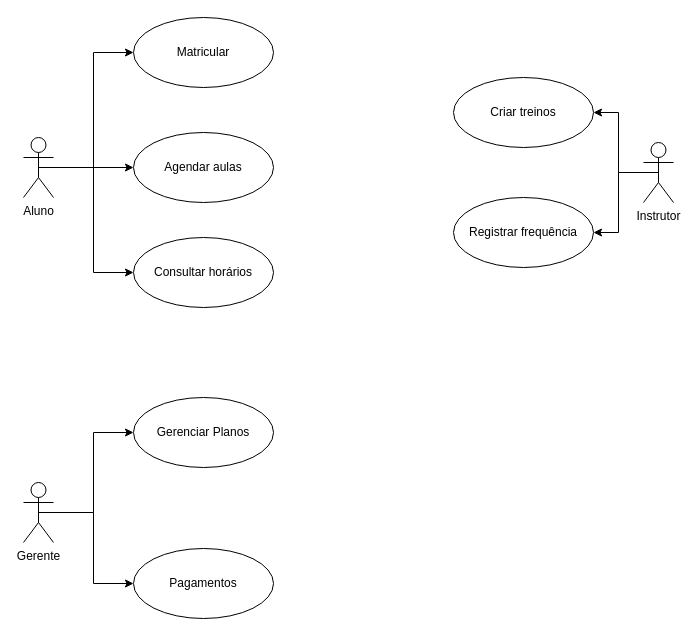
Before: page "Casos de uso" (1 of 2) of Diagrama sem nome.drawio in MagdyelDev/diagramaderequisitos, a draw.io diagram. Source tidied: cells renumbered, new cells numbered last; positions are measured from the earlier drawing's top-left corner, leaving out a move shared by most shapes. Both pictures are drawn from the tidied source at 100%, with x=0, y=0 at pixel (23, 17).
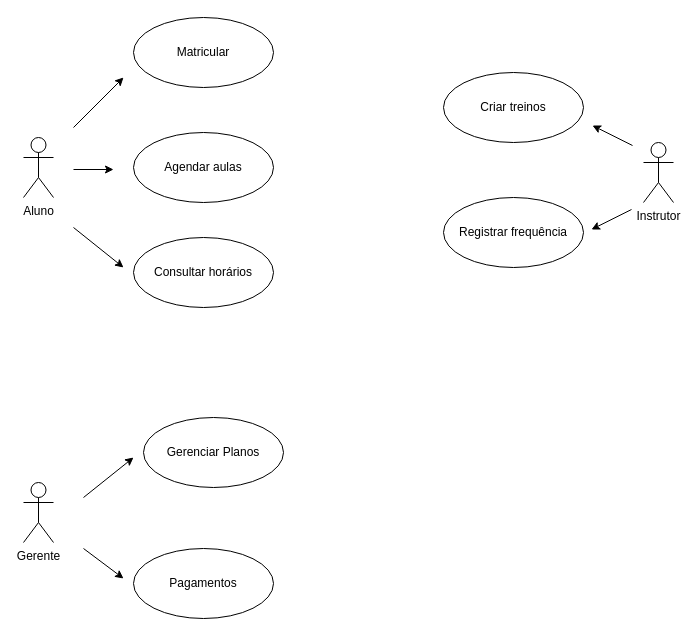
The same page after the edit.

Unchanged cells that the change refers to:
```xml
<mxCell id="2" value="Matricular" style="ellipse;whiteSpace=wrap;html=1;" parent="1" vertex="1">
  <mxGeometry x="110" width="140" height="70" as="geometry" />
</mxCell>
<mxCell id="6" value="Aluno" style="shape=umlActor;verticalLabelPosition=bottom;verticalAlign=top;html=1;" parent="1" vertex="1">
  <mxGeometry y="120" width="30" height="60" as="geometry" />
</mxCell>
<mxCell id="7" value="Agendar aulas" style="ellipse;whiteSpace=wrap;html=1;" parent="1" vertex="1">
  <mxGeometry x="110" y="115" width="140" height="70" as="geometry" />
</mxCell>
<mxCell id="8" value="Consultar horários" style="ellipse;whiteSpace=wrap;html=1;" parent="1" vertex="1">
  <mxGeometry x="110" y="220" width="140" height="70" as="geometry" />
</mxCell>
<mxCell id="11" value="Instrutor" style="shape=umlActor;verticalLabelPosition=bottom;verticalAlign=top;html=1;" parent="1" vertex="1">
  <mxGeometry x="620" y="125" width="30" height="60" as="geometry" />
</mxCell>
<mxCell id="16" value="Gerente" style="shape=umlActor;verticalLabelPosition=bottom;verticalAlign=top;html=1;" parent="1" vertex="1">
  <mxGeometry y="465" width="30" height="60" as="geometry" />
</mxCell>
<mxCell id="18" value="Pagamentos" style="ellipse;whiteSpace=wrap;html=1;" parent="1" vertex="1">
  <mxGeometry x="110" y="531" width="140" height="70" as="geometry" />
</mxCell>
```

Diff of the diagram source:
```diff
@@
-    <mxCell id="3" style="edgeStyle=orthogonalEdgeStyle;rounded=0;jettySize=auto;html=1;exitX=0.5;exitY=0.5;exitDx=0;exitDy=0;exitPerimeter=0;entryX=0;entryY=0.5;entryDx=0;entryDy=0;" parent="1" edge="1" source="6" target="2">
-      <mxGeometry relative="1" as="geometry" />
-    </mxCell>
-    <mxCell id="4" style="edgeStyle=orthogonalEdgeStyle;rounded=0;jettySize=auto;html=1;exitX=0.5;exitY=0.5;exitDx=0;exitDy=0;exitPerimeter=0;entryX=0;entryY=0.5;entryDx=0;entryDy=0;" parent="1" edge="1" source="6" target="7">
-      <mxGeometry relative="1" as="geometry" />
-    </mxCell>
-    <mxCell id="5" style="edgeStyle=orthogonalEdgeStyle;rounded=0;jettySize=auto;html=1;exitX=0.5;exitY=0.5;exitDx=0;exitDy=0;exitPerimeter=0;entryX=0;entryY=0.5;entryDx=0;entryDy=0;" parent="1" edge="1" source="6" target="8">
-      <mxGeometry relative="1" as="geometry">
-        <Array as="points">
-          <mxPoint x="70" y="150" />
-          <mxPoint x="70" y="255" />
-        </Array>
-      </mxGeometry>
-    </mxCell>
@@
-    <mxCell id="9" style="edgeStyle=orthogonalEdgeStyle;rounded=0;jettySize=auto;html=1;exitX=0.5;exitY=0.5;exitDx=0;exitDy=0;exitPerimeter=0;entryX=1;entryY=0.5;entryDx=0;entryDy=0;" parent="1" edge="1" source="11" target="12">
-      <mxGeometry relative="1" as="geometry" />
-    </mxCell>
-    <mxCell id="10" style="edgeStyle=orthogonalEdgeStyle;rounded=0;jettySize=auto;html=1;exitX=0.5;exitY=0.5;exitDx=0;exitDy=0;exitPerimeter=0;entryX=1;entryY=0.5;entryDx=0;entryDy=0;" parent="1" edge="1" source="11" target="13">
-      <mxGeometry relative="1" as="geometry" />
-    </mxCell>
@@
     <mxCell id="12" value="Criar treinos" style="ellipse;whiteSpace=wrap;html=1;" parent="1" vertex="1">
-      <mxGeometry x="430" y="60" width="140" height="70" as="geometry" />
+      <mxGeometry x="420" y="55" width="140" height="70" as="geometry" />
     </mxCell>
     <mxCell id="13" value="Registrar frequência" style="ellipse;whiteSpace=wrap;html=1;" parent="1" vertex="1">
-      <mxGeometry x="430" y="180" width="140" height="70" as="geometry" />
+      <mxGeometry x="420" y="180" width="140" height="70" as="geometry" />
     </mxCell>
-    <mxCell id="14" style="edgeStyle=orthogonalEdgeStyle;rounded=0;jettySize=auto;html=1;exitX=0.5;exitY=0.5;exitDx=0;exitDy=0;exitPerimeter=0;entryX=0;entryY=0.5;entryDx=0;entryDy=0;" parent="1" edge="1" source="16" target="17">
-      <mxGeometry relative="1" as="geometry" />
-    </mxCell>
-    <mxCell id="15" style="edgeStyle=orthogonalEdgeStyle;rounded=0;jettySize=auto;html=1;exitX=0.5;exitY=0.5;exitDx=0;exitDy=0;exitPerimeter=0;entryX=0;entryY=0.5;entryDx=0;entryDy=0;" parent="1" edge="1" source="16" target="18">
-      <mxGeometry relative="1" as="geometry" />
-    </mxCell>
@@
     <mxCell id="17" value="Gerenciar Planos" style="ellipse;whiteSpace=wrap;html=1;" parent="1" vertex="1">
-      <mxGeometry x="110" y="380" width="140" height="70" as="geometry" />
+      <mxGeometry x="120" y="400" width="140" height="70" as="geometry" />
     </mxCell>
@@
+    <mxCell id="19" style="endArrow=classic;html=1;rounded=0;" parent="1" edge="1">
+      <mxGeometry relative="1" as="geometry">
+        <mxPoint x="50" y="110" as="sourcePoint" />
+        <mxPoint x="100" y="60" as="targetPoint" />
+      </mxGeometry>
+    </mxCell>
+    <mxCell id="20" style="endArrow=classic;html=1;rounded=0;" parent="1" edge="1">
+      <mxGeometry relative="1" as="geometry">
+        <mxPoint x="50" y="152" as="sourcePoint" />
+        <mxPoint x="90" y="152" as="targetPoint" />
+      </mxGeometry>
+    </mxCell>
+    <mxCell id="21" style="endArrow=classic;html=1;rounded=0;" parent="1" edge="1">
+      <mxGeometry relative="1" as="geometry">
+        <mxPoint x="50" y="210" as="sourcePoint" />
+        <mxPoint x="100" y="250" as="targetPoint" />
+      </mxGeometry>
+    </mxCell>
+    <mxCell id="22" style="endArrow=classic;html=1;rounded=0;" parent="1" edge="1">
+      <mxGeometry relative="1" as="geometry">
+        <mxPoint x="609" y="128" as="sourcePoint" />
+        <mxPoint x="569" y="108" as="targetPoint" />
+      </mxGeometry>
+    </mxCell>
+    <mxCell id="23" style="endArrow=classic;html=1;rounded=0;" parent="1" edge="1">
+      <mxGeometry relative="1" as="geometry">
+        <mxPoint x="608" y="192" as="sourcePoint" />
+        <mxPoint x="568" y="212" as="targetPoint" />
+      </mxGeometry>
+    </mxCell>
+    <mxCell id="24" style="endArrow=classic;html=1;rounded=0;" parent="1" edge="1">
+      <mxGeometry relative="1" as="geometry">
+        <mxPoint x="60" y="480" as="sourcePoint" />
+        <mxPoint x="110" y="440" as="targetPoint" />
+      </mxGeometry>
+    </mxCell>
+    <mxCell id="25" style="endArrow=classic;html=1;rounded=0;" parent="1" edge="1">
+      <mxGeometry relative="1" as="geometry">
+        <mxPoint x="60" y="531" as="sourcePoint" />
+        <mxPoint x="100" y="561" as="targetPoint" />
+      </mxGeometry>
+    </mxCell>
```
